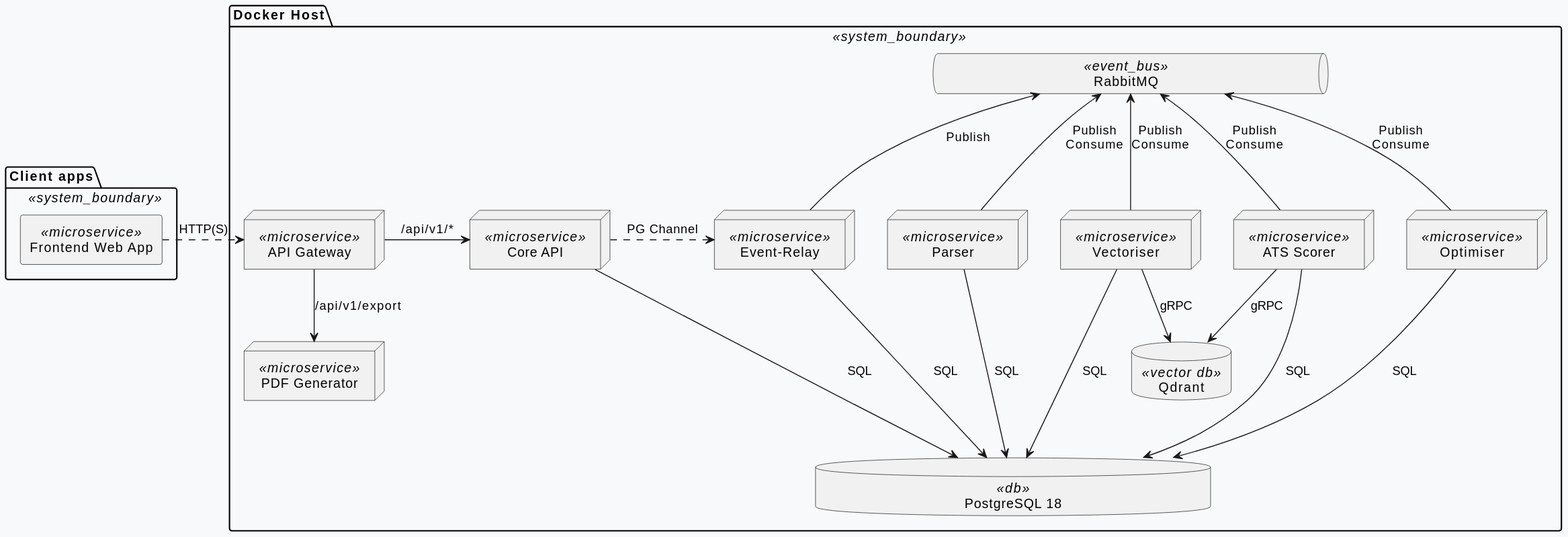
Above: assets/deplyment.svg in GetJobAI/infra (PlantUML), before the change. Source of this version:
```plantuml
@startuml
skinparam backgroundColor #F8F9FA
skinparam defaultTextAlignment center

<style>
.db {
    MinimumWidth 400
}
.event_bus {
    MinimumWidth 400
}
</style>

package "Client apps" <<system_boundary>> {
    rectangle "Frontend Web App" as frontend <<microservice>>
}

package "Docker Host" <<system_boundary>> {
    node "API Gateway" as gateway <<microservice>>

    node "Core API" as core_api <<microservice>>
    node "Event-Relay" as event_relay <<microservice>>
    node "Vectoriser" as vectoriser <<microservice>>
    node "Parser" as parser <<microservice>>
    node "Optimiser" as optimiser <<microservice>>
    node "ATS Scorer" as ats_scorer <<microservice>>
    node "PDF Generator" as pdf_generator <<microservice>>

    database "PostgreSQL 18" as db <<db>>
    database "Qdrant" as qdrant <<vector db>>

    queue "RabbitMQ" as rmq <<event_bus>>
}


frontend .r.> gateway : HTTP(S)

gateway -r-> core_api : /api/v1/*
gateway --> pdf_generator : /api/v1/export
core_api .r.> event_relay : PG Channel

core_api ---> db : SQL
event_relay ---> db : SQL
vectoriser ---> db : SQL
ats_scorer ---> db : SQL
parser ---> db : SQL
optimiser ---> db : SQL

vectoriser --> qdrant : gRPC
ats_scorer --> qdrant : gRPC

event_relay -up-> rmq : Publish
vectoriser -up-> rmq : Publish\nConsume
ats_scorer -up-> rmq : Publish\nConsume
parser -up-> rmq : Publish\nConsume
optimiser -up-> rmq : Publish\nConsume
@enduml
```
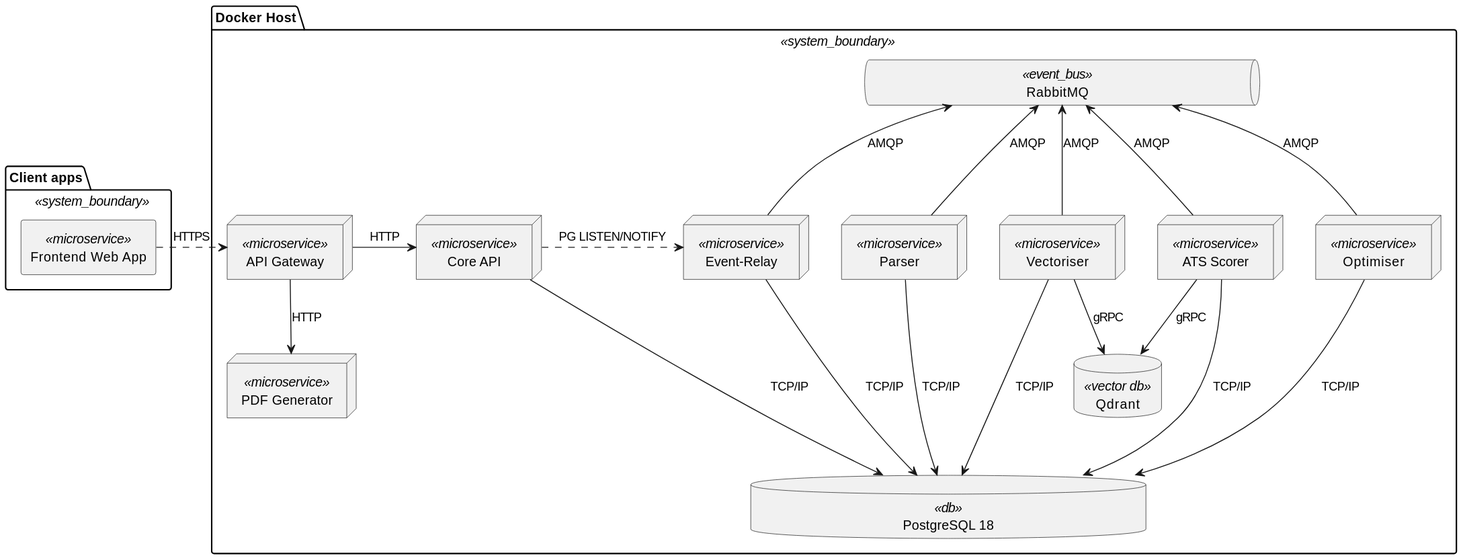
Later version of the same file.

The edit, as a diff of the source:
```diff
@@ -1,5 +1,4 @@
 @startuml
-skinparam backgroundColor #F8F9FA
 skinparam defaultTextAlignment center
 
 <style>
@@ -33,25 +32,25 @@
 }
 
 
-frontend .r.> gateway : HTTP(S)
+frontend .r.> gateway : HTTPS
 
-gateway -r-> core_api : /api/v1/*
-gateway --> pdf_generator : /api/v1/export
-core_api .r.> event_relay : PG Channel
+gateway -r-> core_api : HTTP
+gateway --> pdf_generator : HTTP
+core_api .r.> event_relay : PG LISTEN/NOTIFY
 
-core_api ---> db : SQL
-event_relay ---> db : SQL
-vectoriser ---> db : SQL
-ats_scorer ---> db : SQL
-parser ---> db : SQL
-optimiser ---> db : SQL
+core_api ---> db : TCP/IP
+event_relay ---> db : TCP/IP
+vectoriser ---> db : TCP/IP
+ats_scorer ---> db : TCP/IP
+parser ---> db : TCP/IP
+optimiser ---> db : TCP/IP
 
 vectoriser --> qdrant : gRPC
 ats_scorer --> qdrant : gRPC
 
-event_relay -up-> rmq : Publish
-vectoriser -up-> rmq : Publish\nConsume
-ats_scorer -up-> rmq : Publish\nConsume
-parser -up-> rmq : Publish\nConsume
-optimiser -up-> rmq : Publish\nConsume
+event_relay -up-> rmq : AMQP
+vectoriser -up-> rmq : AMQP
+ats_scorer -up-> rmq : AMQP
+parser -up-> rmq : AMQP
+optimiser -up-> rmq : AMQP
 @enduml
```
